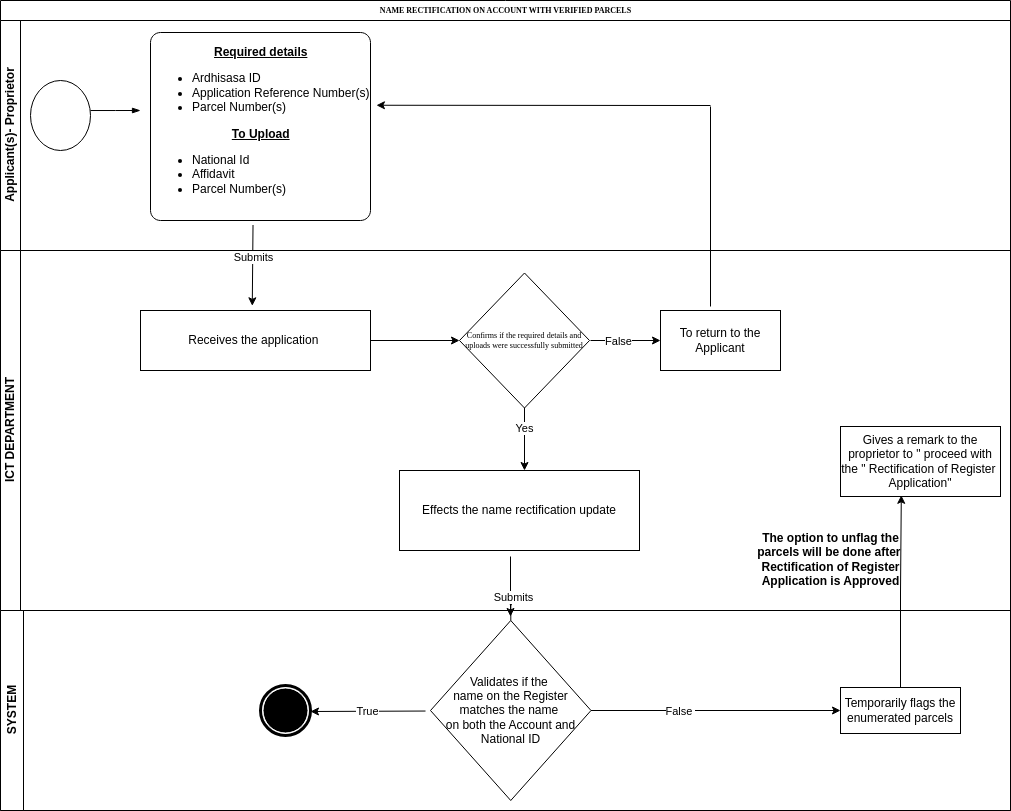
Earlier version of the draw.io export ACCOUNT NAME RECTIFICATION.drawio.png (NjeriNjeru/BPMN). Source tidied: cells renumbered, new cells last; positions are measured from the earlier drawing's top-left corner, leaving out a move shared by most shapes.
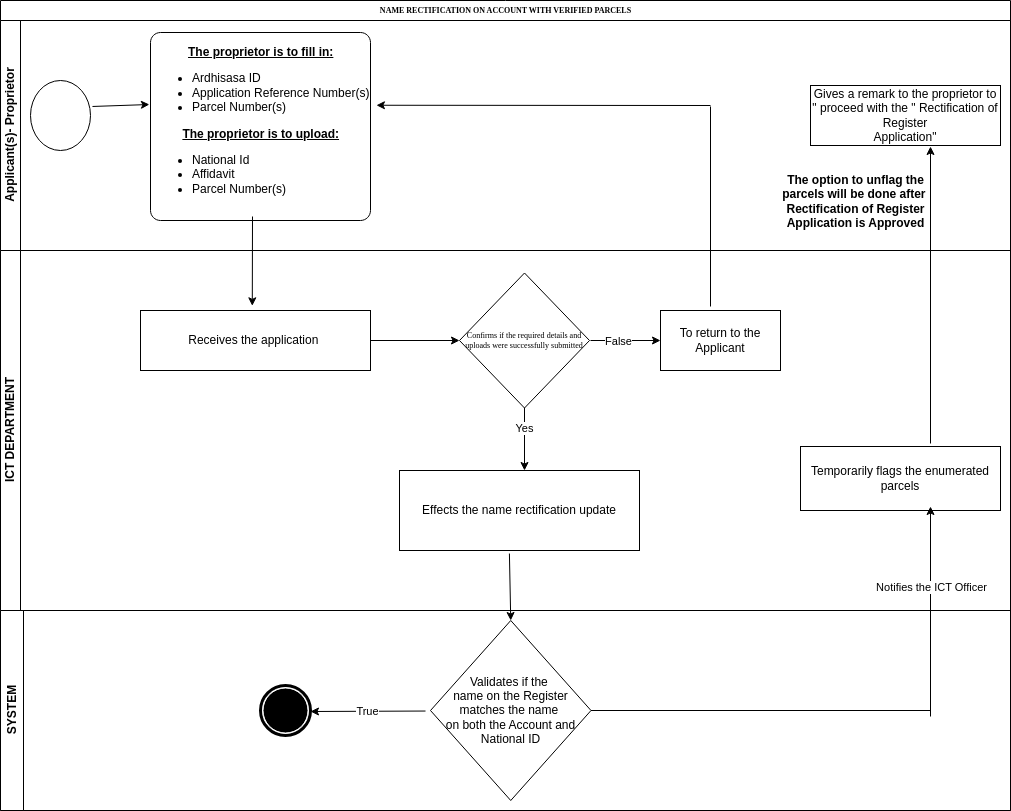
The same diagram one commit later.

What changed in the source:
```diff
@@ -14,14 +14,18 @@
     <mxCell id="5" value="&lt;h6&gt;&lt;br&gt;&lt;/h6&gt;" style="text;html=1;align=center;verticalAlign=middle;strokeColor=none;fillColor=none;" parent="3" vertex="1">
       <mxGeometry x="330" y="130" width="20" height="60" as="geometry" />
     </mxCell>
-    <mxCell id="6" value="&lt;div style=&quot;text-align: center;&quot;&gt;&lt;b style=&quot;background-color: initial;&quot;&gt;&lt;u&gt;Required details&lt;/u&gt;&lt;/b&gt;&lt;/div&gt;&lt;div&gt;&lt;ul&gt;&lt;li&gt;Ardhisasa ID&lt;/li&gt;&lt;li&gt;Application Reference Number(s)&lt;/li&gt;&lt;li&gt;Parcel Number(s)&lt;/li&gt;&lt;/ul&gt;&lt;b&gt;&lt;div style=&quot;text-align: center;&quot;&gt;&lt;b style=&quot;background-color: initial;&quot;&gt;&lt;u&gt;To Upload&lt;/u&gt;&lt;/b&gt;&lt;/div&gt;&lt;/b&gt;&lt;/div&gt;&lt;div&gt;&lt;ul&gt;&lt;li&gt;National Id&lt;/li&gt;&lt;li&gt;Affidavit&lt;/li&gt;&lt;li&gt;Parcel Number(s)&lt;/li&gt;&lt;/ul&gt;&lt;/div&gt;" style="points=[[0.25,0,0],[0.5,0,0],[0.75,0,0],[1,0.25,0],[1,0.5,0],[1,0.75,0],[0.75,1,0],[0.5,1,0],[0.25,1,0],[0,0.75,0],[0,0.5,0],[0,0.25,0]];shape=mxgraph.bpmn.task;whiteSpace=wrap;rectStyle=rounded;size=10;html=1;taskMarker=abstract;align=left;" parent="3" vertex="1">
+    <mxCell id="6" value="&lt;div style=&quot;text-align: center;&quot;&gt;&lt;b&gt;&lt;u&gt;The proprietor is to fill in:&lt;/u&gt;&lt;/b&gt;&lt;/div&gt;&lt;div&gt;&lt;ul&gt;&lt;li&gt;Ardhisasa ID&lt;/li&gt;&lt;li&gt;Application Reference Number(s)&lt;/li&gt;&lt;li&gt;Parcel Number(s)&lt;/li&gt;&lt;/ul&gt;&lt;b&gt;&lt;div style=&quot;text-align: center;&quot;&gt;&lt;b style=&quot;background-color: initial;&quot;&gt;&lt;u&gt;The proprietor is to upload:&lt;/u&gt;&lt;/b&gt;&lt;/div&gt;&lt;/b&gt;&lt;/div&gt;&lt;div&gt;&lt;ul&gt;&lt;li&gt;National Id&lt;/li&gt;&lt;li&gt;Affidavit&lt;/li&gt;&lt;li&gt;Parcel Number(s)&lt;/li&gt;&lt;/ul&gt;&lt;/div&gt;" style="points=[[0.25,0,0],[0.5,0,0],[0.75,0,0],[1,0.25,0],[1,0.5,0],[1,0.75,0],[0.75,1,0],[0.5,1,0],[0.25,1,0],[0,0.75,0],[0,0.5,0],[0,0.25,0]];shape=mxgraph.bpmn.task;whiteSpace=wrap;rectStyle=rounded;size=10;html=1;taskMarker=abstract;align=left;" parent="3" vertex="1">
       <mxGeometry x="150" y="12" width="220" height="188" as="geometry" />
     </mxCell>
-    <mxCell id="7" style="edgeStyle=elbowEdgeStyle;fontSize=12;html=1;endArrow=blockThin;endFill=1;rounded=0;exitX=1;exitY=0.429;exitDx=0;exitDy=0;exitPerimeter=0;" parent="3" edge="1" source="4">
-      <mxGeometry relative="1" as="geometry">
-        <mxPoint x="140" y="90" as="targetPoint" />
-      </mxGeometry>
-    </mxCell>
+    <mxCell id="37" style="endArrow=classic;html=1;rounded=0;exitX=1.033;exitY=0.371;exitDx=0;exitDy=0;exitPerimeter=0;entryX=-0.005;entryY=0.383;entryDx=0;entryDy=0;entryPerimeter=0;" parent="3" edge="1" source="4" target="6">
+      <mxGeometry relative="1" as="geometry" />
+    </mxCell>
+    <mxCell id="19" value="&lt;span style=&quot;text-align: left;&quot;&gt;Gives a remark to the proprietor to &quot; proceed with the &quot; Rectification of Register&lt;/span&gt;&lt;br style=&quot;text-align: left;&quot;&gt;&lt;span style=&quot;text-align: left;&quot;&gt;Application&quot;&lt;/span&gt;" style="rounded=0;whiteSpace=wrap;html=1;" parent="3" vertex="1">
+      <mxGeometry x="810" y="65" width="190" height="60" as="geometry" />
+    </mxCell>
+    <mxCell id="33" value="&lt;b&gt;The option to unflag the&lt;/b&gt;&lt;div&gt;&lt;b&gt;parcels will be done after&amp;nbsp;&lt;/b&gt;&lt;/div&gt;&lt;div&gt;&lt;b&gt;Rectification of Register&lt;/b&gt;&lt;/div&gt;&lt;div&gt;&lt;b&gt;Application is Approved&lt;/b&gt;&lt;/div&gt;" style="text;html=1;align=center;verticalAlign=middle;strokeColor=none;fillColor=none;" parent="3" vertex="1">
+      <mxGeometry x="770" y="146" width="170" height="70" as="geometry" />
+    </mxCell>
     <mxCell id="8" style="endArrow=classic;html=1;rounded=0;" parent="2" edge="1">
       <mxGeometry relative="1" as="geometry">
         <mxPoint x="590" y="340" as="sourcePoint" />
@@ -54,47 +58,32 @@
     <mxCell id="16" value="Effects the name rectification update" style="whiteSpace=wrap;html=1;" parent="10" vertex="1">
       <mxGeometry x="399" y="220" width="240" height="80" as="geometry" />
     </mxCell>
+    <mxCell id="20" style="endArrow=classic;html=1;rounded=0;entryX=0.486;entryY=-0.078;entryDx=0;entryDy=0;entryPerimeter=0;" parent="2" edge="1" target="11">
+      <mxGeometry relative="1" as="geometry">
+        <mxPoint x="252" y="216" as="sourcePoint" />
+      </mxGeometry>
+    </mxCell>
+    <mxCell id="38" style="endArrow=classic;html=1;rounded=0;exitX=0.458;exitY=1.038;exitDx=0;exitDy=0;exitPerimeter=0;entryX=0.5;entryY=0;entryDx=0;entryDy=0;" parent="2" edge="1" source="16" target="24">
+      <mxGeometry relative="1" as="geometry" />
+    </mxCell>
     <mxCell id="17" value="ICT DEPARTMENT" style="swimlane;html=1;startSize=20;horizontal=0;" parent="2" vertex="1">
       <mxGeometry y="250" width="1010" height="360" as="geometry" />
     </mxCell>
     <mxCell id="18" value="To return to the Applicant" style="rounded=0;whiteSpace=wrap;html=1;" parent="17" vertex="1">
       <mxGeometry x="660" y="60" width="120" height="60" as="geometry" />
     </mxCell>
-    <mxCell id="19" value="Gives a remark to the proprietor to &quot; proceed with the &quot; Rectification of Register&amp;nbsp;&lt;div&gt;Application&quot;&lt;/div&gt;" style="whiteSpace=wrap;html=1;" parent="17" vertex="1">
-      <mxGeometry x="840" y="176" width="160" height="70" as="geometry" />
-    </mxCell>
-    <mxCell id="20" style="endArrow=classic;html=1;rounded=0;exitX=0.466;exitY=1.024;exitDx=0;exitDy=0;exitPerimeter=0;entryX=0.486;entryY=-0.078;entryDx=0;entryDy=0;entryPerimeter=0;" parent="2" edge="1" source="6" target="11">
-      <mxGeometry relative="1" as="geometry" />
-    </mxCell>
-    <mxCell id="21" value="Submits" style="edgeLabel;html=1;align=center;verticalAlign=middle;" parent="20" vertex="1">
-      <mxGeometry x="-0.22" relative="1" as="geometry" />
-    </mxCell>
+    <mxCell id="25" value="&lt;span style=&quot;text-align: left;&quot;&gt;Temporarily flags the enumerated parcels&lt;/span&gt;" style="rounded=0;whiteSpace=wrap;html=1;" parent="17" vertex="1">
+      <mxGeometry x="800" y="196" width="200" height="64" as="geometry" />
+    </mxCell>
     <mxCell id="22" value="SYSTEM" style="swimlane;horizontal=0;whiteSpace=wrap;html=1;" parent="2" vertex="1">
       <mxGeometry y="610" width="1010" height="200" as="geometry" />
     </mxCell>
-    <mxCell id="23" style="edgeStyle=orthogonalEdgeStyle;rounded=0;jettySize=auto;html=1;" parent="22" edge="1" source="24">
-      <mxGeometry relative="1" as="geometry">
-        <mxPoint x="510.2" y="-4" as="targetPoint" />
-      </mxGeometry>
-    </mxCell>
     <mxCell id="24" value="Validates if&lt;span style=&quot;background-color: initial;&quot;&gt;&amp;nbsp;the&lt;/span&gt;&lt;span style=&quot;background-color: initial;&quot;&gt;&amp;nbsp;&lt;/span&gt;&lt;div&gt;&lt;span style=&quot;background-color: initial;&quot;&gt;name on the Register matches the name&amp;nbsp;&lt;/span&gt;&lt;div&gt;&lt;span style=&quot;background-color: initial;&quot;&gt;on both the Account and National ID&lt;/span&gt;&lt;/div&gt;&lt;/div&gt;" style="rhombus;whiteSpace=wrap;html=1;" parent="22" vertex="1">
       <mxGeometry x="430" y="10" width="160.5" height="180" as="geometry" />
     </mxCell>
-    <mxCell id="25" value="Temporarily flags the enumerated parcels" style="whiteSpace=wrap;html=1;" parent="22" vertex="1">
-      <mxGeometry x="840" y="77" width="120" height="46" as="geometry" />
-    </mxCell>
-    <mxCell id="26" style="endArrow=classic;html=1;rounded=0;exitX=1;exitY=0.5;exitDx=0;exitDy=0;entryX=0;entryY=0.5;entryDx=0;entryDy=0;" parent="22" edge="1" source="24" target="25">
-      <mxGeometry relative="1" as="geometry" />
-    </mxCell>
-    <mxCell id="27" value="False&amp;nbsp;" style="edgeLabel;html=1;align=center;verticalAlign=middle;" parent="26" vertex="1">
-      <mxGeometry x="-0.28" relative="1" as="geometry" />
-    </mxCell>
     <mxCell id="28" style="shape=mxgraph.bpmn.event;html=1;verticalLabelPosition=bottom;labelBackgroundColor=#ffffff;verticalAlign=top;align=center;perimeter=ellipsePerimeter;outline=end;symbol=terminate;" parent="22" vertex="1">
       <mxGeometry x="260" y="75" width="50" height="50" as="geometry" />
     </mxCell>
-    <mxCell id="29" style="edgeStyle=orthogonalEdgeStyle;rounded=0;jettySize=auto;html=1;exitX=0.5;exitY=0;exitDx=0;exitDy=0;entryX=0.38;entryY=0.983;entryDx=0;entryDy=0;entryPerimeter=0;" parent="2" edge="1" source="25" target="19">
-      <mxGeometry relative="1" as="geometry" />
-    </mxCell>
     <mxCell id="30" style="endArrow=classic;html=1;rounded=0;" parent="1" edge="1">
       <mxGeometry relative="1" as="geometry">
         <mxPoint x="430" y="216" as="sourcePoint" />
@@ -112,22 +101,29 @@
         <mxPoint x="710" y="105" as="sourcePoint" />
       </mxGeometry>
     </mxCell>
-    <mxCell id="33" value="&lt;b&gt;The option to unflag the&lt;/b&gt;&lt;div&gt;&lt;b&gt;parcels will be done after&amp;nbsp;&lt;/b&gt;&lt;/div&gt;&lt;div&gt;&lt;b&gt;Rectification of Register&lt;/b&gt;&lt;/div&gt;&lt;div&gt;&lt;b&gt;Application is Approved&lt;/b&gt;&lt;/div&gt;" style="text;html=1;align=center;verticalAlign=middle;strokeColor=none;fillColor=none;" parent="1" vertex="1">
-      <mxGeometry x="745" y="524" width="170" height="70" as="geometry" />
-    </mxCell>
-    <mxCell id="34" style="endArrow=classic;html=1;rounded=0;" parent="1" edge="1">
-      <mxGeometry relative="1" as="geometry">
-        <mxPoint x="510" y="556" as="sourcePoint" />
-        <mxPoint x="510" y="616" as="targetPoint" />
-      </mxGeometry>
-    </mxCell>
-    <mxCell id="35" value="Submits" style="edgeLabel;html=1;align=center;verticalAlign=middle;" parent="34" vertex="1">
-      <mxGeometry x="0.34" y="2" relative="1" as="geometry" />
-    </mxCell>
     <mxCell id="36" value="True" style="endArrow=classic;html=1;rounded=0;exitX=-0.031;exitY=0.503;exitDx=0;exitDy=0;exitPerimeter=0;" parent="1" edge="1" source="24">
       <mxGeometry relative="1" as="geometry">
         <mxPoint x="310" y="711" as="targetPoint" />
       </mxGeometry>
     </mxCell>
+    <mxCell id="39" style="endArrow=none;html=1;rounded=0;exitX=1;exitY=0.5;exitDx=0;exitDy=0;" parent="1" edge="1" source="24">
+      <mxGeometry relative="1" as="geometry">
+        <mxPoint x="930" y="710" as="targetPoint" />
+      </mxGeometry>
+    </mxCell>
+    <mxCell id="40" style="edgeStyle=none;orthogonalLoop=1;jettySize=auto;html=1;rounded=0;" parent="1" edge="1">
+      <mxGeometry relative="1" as="geometry">
+        <mxPoint x="930" y="716" as="sourcePoint" />
+        <mxPoint x="930" y="506" as="targetPoint" />
+      </mxGeometry>
+    </mxCell>
+    <mxCell id="41" value="Notifies the ICT Officer" style="edgeLabel;html=1;align=center;verticalAlign=middle;" parent="40" vertex="1">
+      <mxGeometry x="0.24" relative="1" as="geometry" />
+    </mxCell>
+    <mxCell id="42" style="edgeStyle=none;jettySize=auto;html=1;rounded=0;exitX=0.65;exitY=-0.047;exitDx=0;exitDy=0;exitPerimeter=0;" parent="1" edge="1" source="25">
+      <mxGeometry relative="1" as="geometry">
+        <mxPoint x="930" y="146" as="targetPoint" />
+      </mxGeometry>
+    </mxCell>
   </root>
 </mxGraphModel>
```
